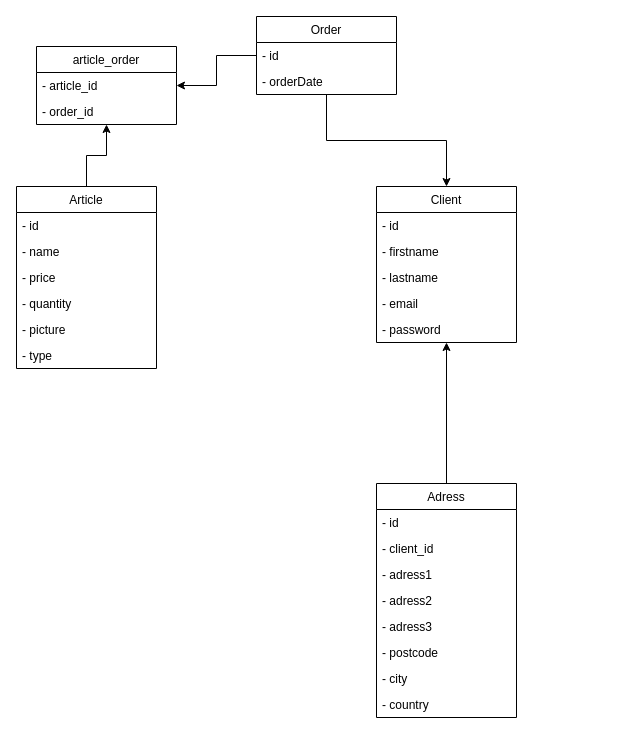
Earlier version of the draw.io diagram readme/diagram/class_diagram.drawio (hugoomdra/j2e_ProjetFinal). Source tidied: cells renumbered, new cells numbered last; positions are measured from the earlier drawing's top-left corner, leaving out a move shared by most shapes. Both pictures are drawn from the tidied source at 100%, with x=0, y=0 at pixel (16, 16).
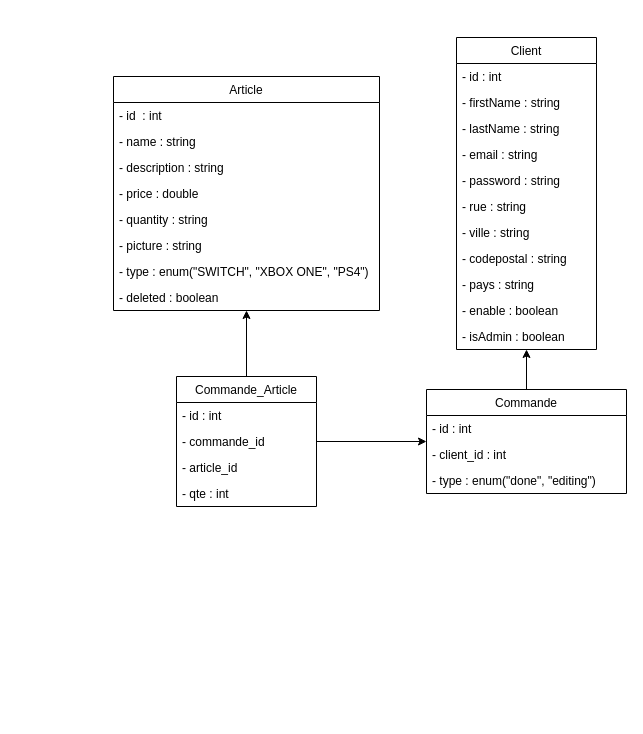
Above is the later version.

The edit, as a diff of the source:
```diff
@@
-    <mxCell id="2" style="edgeStyle=orthogonalEdgeStyle;rounded=0;jettySize=auto;html=1;" parent="1" edge="1" source="3" target="12">
-      <mxGeometry relative="1" as="geometry" />
-    </mxCell>
-    <mxCell id="3" value="Adress" style="swimlane;fontStyle=0;horizontal=1;startSize=26;fillColor=none;" parent="1" vertex="1">
-      <mxGeometry x="360" y="467" width="140" height="234" as="geometry" />
-    </mxCell>
-    <mxCell id="4" value="- id " style="text;strokeColor=none;fillColor=none;align=left;verticalAlign=top;spacingLeft=4;spacingRight=4;overflow=hidden;" parent="3" vertex="1">
-      <mxGeometry y="26" width="140" height="26" as="geometry" />
-    </mxCell>
-    <mxCell id="5" value="- client_id" style="text;strokeColor=none;fillColor=none;align=left;verticalAlign=top;spacingLeft=4;spacingRight=4;overflow=hidden;" parent="3" vertex="1">
-      <mxGeometry y="52" width="140" height="26" as="geometry" />
-    </mxCell>
-    <mxCell id="6" value="- adress1" style="text;strokeColor=none;fillColor=none;align=left;verticalAlign=top;spacingLeft=4;spacingRight=4;overflow=hidden;" parent="3" vertex="1">
-      <mxGeometry y="78" width="140" height="26" as="geometry" />
-    </mxCell>
-    <mxCell id="7" value="- adress2" style="text;strokeColor=none;fillColor=none;align=left;verticalAlign=top;spacingLeft=4;spacingRight=4;overflow=hidden;" parent="3" vertex="1">
-      <mxGeometry y="104" width="140" height="26" as="geometry" />
-    </mxCell>
-    <mxCell id="8" value="- adress3" style="text;strokeColor=none;fillColor=none;align=left;verticalAlign=top;spacingLeft=4;spacingRight=4;overflow=hidden;" parent="3" vertex="1">
-      <mxGeometry y="130" width="140" height="26" as="geometry" />
-    </mxCell>
-    <mxCell id="9" value="- postcode" style="text;strokeColor=none;fillColor=none;align=left;verticalAlign=top;spacingLeft=4;spacingRight=4;overflow=hidden;" parent="3" vertex="1">
-      <mxGeometry y="156" width="140" height="26" as="geometry" />
-    </mxCell>
-    <mxCell id="10" value="- city" style="text;strokeColor=none;fillColor=none;align=left;verticalAlign=top;spacingLeft=4;spacingRight=4;overflow=hidden;" parent="3" vertex="1">
-      <mxGeometry y="182" width="140" height="26" as="geometry" />
-    </mxCell>
-    <mxCell id="11" value="- country" style="text;strokeColor=none;fillColor=none;align=left;verticalAlign=top;spacingLeft=4;spacingRight=4;overflow=hidden;" parent="3" vertex="1">
-      <mxGeometry y="208" width="140" height="26" as="geometry" />
-    </mxCell>
-    <mxCell id="12" value="Client" style="swimlane;fontStyle=0;horizontal=1;startSize=26;fillColor=none;" parent="1" vertex="1">
-      <mxGeometry x="360" y="170" width="140" height="156" as="geometry" />
-    </mxCell>
-    <mxCell id="13" value="- id " style="text;strokeColor=none;fillColor=none;align=left;verticalAlign=top;spacingLeft=4;spacingRight=4;overflow=hidden;" parent="12" vertex="1">
-      <mxGeometry y="26" width="140" height="26" as="geometry" />
-    </mxCell>
-    <mxCell id="14" value="- firstname" style="text;strokeColor=none;fillColor=none;align=left;verticalAlign=top;spacingLeft=4;spacingRight=4;overflow=hidden;" parent="12" vertex="1">
-      <mxGeometry y="52" width="140" height="26" as="geometry" />
-    </mxCell>
-    <mxCell id="15" value="- lastname" style="text;strokeColor=none;fillColor=none;align=left;verticalAlign=top;spacingLeft=4;spacingRight=4;overflow=hidden;" parent="12" vertex="1">
-      <mxGeometry y="78" width="140" height="26" as="geometry" />
-    </mxCell>
-    <mxCell id="16" value="- email" style="text;strokeColor=none;fillColor=none;align=left;verticalAlign=top;spacingLeft=4;spacingRight=4;overflow=hidden;" parent="12" vertex="1">
-      <mxGeometry y="104" width="140" height="26" as="geometry" />
-    </mxCell>
-    <mxCell id="17" value="- password" style="text;strokeColor=none;fillColor=none;align=left;verticalAlign=top;spacingLeft=4;spacingRight=4;overflow=hidden;" parent="12" vertex="1">
-      <mxGeometry y="130" width="140" height="26" as="geometry" />
-    </mxCell>
-    <mxCell id="18" style="edgeStyle=orthogonalEdgeStyle;rounded=0;jettySize=auto;html=1;" parent="1" edge="1" source="19" target="31">
-      <mxGeometry relative="1" as="geometry" />
-    </mxCell>
+    <mxCell id="34" style="edgeStyle=orthogonalEdgeStyle;rounded=0;jettySize=auto;html=1;" parent="1" edge="1" source="31" target="12">
+      <mxGeometry relative="1" as="geometry" />
+    </mxCell>
+    <mxCell id="35" style="edgeStyle=orthogonalEdgeStyle;rounded=0;jettySize=auto;html=1;" parent="1" edge="1" source="39" target="31">
+      <mxGeometry relative="1" as="geometry" />
+    </mxCell>
+    <mxCell id="36" style="edgeStyle=orthogonalEdgeStyle;rounded=0;jettySize=auto;html=1;" parent="1" edge="1" source="39" target="19">
+      <mxGeometry relative="1" as="geometry" />
+    </mxCell>
     <mxCell id="19" value="Article" style="swimlane;fontStyle=0;horizontal=1;startSize=26;fillColor=none;" parent="1" vertex="1">
-      <mxGeometry y="170" width="140" height="182" as="geometry" />
+      <mxGeometry x="97" y="60" width="266" height="234" as="geometry" />
     </mxCell>
-    <mxCell id="20" value="- id " style="text;strokeColor=none;fillColor=none;align=left;verticalAlign=top;spacingLeft=4;spacingRight=4;overflow=hidden;" parent="19" vertex="1">
-      <mxGeometry y="26" width="140" height="26" as="geometry" />
+    <mxCell id="20" value="- id  : int" style="text;strokeColor=none;fillColor=none;align=left;verticalAlign=top;spacingLeft=4;spacingRight=4;overflow=hidden;" parent="19" vertex="1">
+      <mxGeometry y="26" width="266" height="26" as="geometry" />
     </mxCell>
-    <mxCell id="21" value="- name" style="text;strokeColor=none;fillColor=none;align=left;verticalAlign=top;spacingLeft=4;spacingRight=4;overflow=hidden;" parent="19" vertex="1">
-      <mxGeometry y="52" width="140" height="26" as="geometry" />
+    <mxCell id="21" value="- name : string" style="text;strokeColor=none;fillColor=none;align=left;verticalAlign=top;spacingLeft=4;spacingRight=4;overflow=hidden;" parent="19" vertex="1">
+      <mxGeometry y="52" width="266" height="26" as="geometry" />
     </mxCell>
+    <mxCell id="37" value="- description : string" style="text;strokeColor=none;fillColor=none;align=left;verticalAlign=top;spacingLeft=4;spacingRight=4;overflow=hidden;" parent="19" vertex="1">
+      <mxGeometry y="78" width="266" height="26" as="geometry" />
+    </mxCell>
-    <mxCell id="22" value="- price" style="text;strokeColor=none;fillColor=none;align=left;verticalAlign=top;spacingLeft=4;spacingRight=4;overflow=hidden;" parent="19" vertex="1">
-      <mxGeometry y="78" width="140" height="26" as="geometry" />
+    <mxCell id="22" value="- price : double" style="text;strokeColor=none;fillColor=none;align=left;verticalAlign=top;spacingLeft=4;spacingRight=4;overflow=hidden;" parent="19" vertex="1">
+      <mxGeometry y="104" width="266" height="26" as="geometry" />
     </mxCell>
-    <mxCell id="23" value="- quantity" style="text;strokeColor=none;fillColor=none;align=left;verticalAlign=top;spacingLeft=4;spacingRight=4;overflow=hidden;" parent="19" vertex="1">
-      <mxGeometry y="104" width="140" height="26" as="geometry" />
+    <mxCell id="23" value="- quantity : string" style="text;strokeColor=none;fillColor=none;align=left;verticalAlign=top;spacingLeft=4;spacingRight=4;overflow=hidden;" parent="19" vertex="1">
+      <mxGeometry y="130" width="266" height="26" as="geometry" />
     </mxCell>
-    <mxCell id="24" value="- picture" style="text;strokeColor=none;fillColor=none;align=left;verticalAlign=top;spacingLeft=4;spacingRight=4;overflow=hidden;" parent="19" vertex="1">
-      <mxGeometry y="130" width="140" height="26" as="geometry" />
+    <mxCell id="24" value="- picture : string" style="text;strokeColor=none;fillColor=none;align=left;verticalAlign=top;spacingLeft=4;spacingRight=4;overflow=hidden;" parent="19" vertex="1">
+      <mxGeometry y="156" width="266" height="26" as="geometry" />
     </mxCell>
-    <mxCell id="25" value="- type" style="text;strokeColor=none;fillColor=none;align=left;verticalAlign=top;spacingLeft=4;spacingRight=4;overflow=hidden;" parent="19" vertex="1">
-      <mxGeometry y="156" width="140" height="26" as="geometry" />
+    <mxCell id="25" value="- type : enum(&quot;SWITCH&quot;, &quot;XBOX ONE&quot;, &quot;PS4&quot;)" style="text;strokeColor=none;fillColor=none;align=left;verticalAlign=top;spacingLeft=4;spacingRight=4;overflow=hidden;" parent="19" vertex="1">
+      <mxGeometry y="182" width="266" height="26" as="geometry" />
     </mxCell>
-    <mxCell id="26" style="edgeStyle=orthogonalEdgeStyle;rounded=0;jettySize=auto;html=1;" parent="1" edge="1" source="28" target="12">
-      <mxGeometry relative="1" as="geometry" />
-    </mxCell>
-    <mxCell id="27" style="edgeStyle=orthogonalEdgeStyle;rounded=0;jettySize=auto;html=1;" parent="1" edge="1" source="28" target="31">
-      <mxGeometry relative="1" as="geometry" />
-    </mxCell>
-    <mxCell id="28" value="Order" style="swimlane;fontStyle=0;horizontal=1;startSize=26;fillColor=none;" parent="1" vertex="1">
-      <mxGeometry x="240" width="140" height="78" as="geometry" />
-    </mxCell>
-    <mxCell id="29" value="- id " style="text;strokeColor=none;fillColor=none;align=left;verticalAlign=top;spacingLeft=4;spacingRight=4;overflow=hidden;" parent="28" vertex="1">
-      <mxGeometry y="26" width="140" height="26" as="geometry" />
-    </mxCell>
-    <mxCell id="30" value="- orderDate" style="text;strokeColor=none;fillColor=none;align=left;verticalAlign=top;spacingLeft=4;spacingRight=4;overflow=hidden;" parent="28" vertex="1">
-      <mxGeometry y="52" width="140" height="26" as="geometry" />
-    </mxCell>
+    <mxCell id="38" value="- deleted : boolean" style="text;strokeColor=none;fillColor=none;align=left;verticalAlign=top;spacingLeft=4;spacingRight=4;overflow=hidden;" parent="19" vertex="1">
+      <mxGeometry y="208" width="266" height="26" as="geometry" />
+    </mxCell>
+    <mxCell id="39" value="Commande_Article" style="swimlane;fontStyle=0;horizontal=1;startSize=26;fillColor=none;" parent="1" vertex="1">
+      <mxGeometry x="160" y="360" width="140" height="130" as="geometry" />
+    </mxCell>
+    <mxCell id="40" value="- id : int" style="text;strokeColor=none;fillColor=none;align=left;verticalAlign=top;spacingLeft=4;spacingRight=4;overflow=hidden;" parent="39" vertex="1">
+      <mxGeometry y="26" width="140" height="26" as="geometry" />
+    </mxCell>
+    <mxCell id="41" value="- commande_id" style="text;strokeColor=none;fillColor=none;align=left;verticalAlign=top;spacingLeft=4;spacingRight=4;overflow=hidden;" parent="39" vertex="1">
+      <mxGeometry y="52" width="140" height="26" as="geometry" />
+    </mxCell>
+    <mxCell id="42" value="- article_id" style="text;strokeColor=none;fillColor=none;align=left;verticalAlign=top;spacingLeft=4;spacingRight=4;overflow=hidden;" parent="39" vertex="1">
+      <mxGeometry y="78" width="140" height="26" as="geometry" />
+    </mxCell>
+    <mxCell id="43" value="- qte : int" style="text;strokeColor=none;fillColor=none;align=left;verticalAlign=top;spacingLeft=4;spacingRight=4;overflow=hidden;" parent="39" vertex="1">
+      <mxGeometry y="104" width="140" height="26" as="geometry" />
+    </mxCell>
+    <mxCell id="12" value="Client" style="swimlane;fontStyle=0;horizontal=1;startSize=26;fillColor=none;" parent="1" vertex="1">
+      <mxGeometry x="440" y="21" width="140" height="312" as="geometry" />
+    </mxCell>
+    <mxCell id="13" value="- id : int" style="text;strokeColor=none;fillColor=none;align=left;verticalAlign=top;spacingLeft=4;spacingRight=4;overflow=hidden;" parent="12" vertex="1">
+      <mxGeometry y="26" width="140" height="26" as="geometry" />
+    </mxCell>
+    <mxCell id="14" value="- firstName : string" style="text;strokeColor=none;fillColor=none;align=left;verticalAlign=top;spacingLeft=4;spacingRight=4;overflow=hidden;" parent="12" vertex="1">
+      <mxGeometry y="52" width="140" height="26" as="geometry" />
+    </mxCell>
+    <mxCell id="44" value="- lastName : string" style="text;strokeColor=none;fillColor=none;align=left;verticalAlign=top;spacingLeft=4;spacingRight=4;overflow=hidden;" parent="12" vertex="1">
+      <mxGeometry y="78" width="140" height="26" as="geometry" />
+    </mxCell>
+    <mxCell id="45" value="- email : string" style="text;strokeColor=none;fillColor=none;align=left;verticalAlign=top;spacingLeft=4;spacingRight=4;overflow=hidden;" parent="12" vertex="1">
+      <mxGeometry y="104" width="140" height="26" as="geometry" />
+    </mxCell>
+    <mxCell id="46" value="- password : string" style="text;strokeColor=none;fillColor=none;align=left;verticalAlign=top;spacingLeft=4;spacingRight=4;overflow=hidden;" parent="12" vertex="1">
+      <mxGeometry y="130" width="140" height="26" as="geometry" />
+    </mxCell>
+    <mxCell id="47" value="- rue : string" style="text;strokeColor=none;fillColor=none;align=left;verticalAlign=top;spacingLeft=4;spacingRight=4;overflow=hidden;" parent="12" vertex="1">
+      <mxGeometry y="156" width="140" height="26" as="geometry" />
+    </mxCell>
+    <mxCell id="48" value="- ville : string" style="text;strokeColor=none;fillColor=none;align=left;verticalAlign=top;spacingLeft=4;spacingRight=4;overflow=hidden;" parent="12" vertex="1">
+      <mxGeometry y="182" width="140" height="26" as="geometry" />
+    </mxCell>
+    <mxCell id="49" value="- codepostal : string" style="text;strokeColor=none;fillColor=none;align=left;verticalAlign=top;spacingLeft=4;spacingRight=4;overflow=hidden;" parent="12" vertex="1">
+      <mxGeometry y="208" width="140" height="26" as="geometry" />
+    </mxCell>
+    <mxCell id="50" value="- pays : string" style="text;strokeColor=none;fillColor=none;align=left;verticalAlign=top;spacingLeft=4;spacingRight=4;overflow=hidden;" parent="12" vertex="1">
+      <mxGeometry y="234" width="140" height="26" as="geometry" />
+    </mxCell>
+    <mxCell id="51" value="- enable : boolean" style="text;strokeColor=none;fillColor=none;align=left;verticalAlign=top;spacingLeft=4;spacingRight=4;overflow=hidden;" parent="12" vertex="1">
+      <mxGeometry y="260" width="140" height="26" as="geometry" />
+    </mxCell>
+    <mxCell id="52" value="- isAdmin : boolean" style="text;strokeColor=none;fillColor=none;align=left;verticalAlign=top;spacingLeft=4;spacingRight=4;overflow=hidden;" parent="12" vertex="1">
+      <mxGeometry y="286" width="140" height="26" as="geometry" />
+    </mxCell>
-    <mxCell id="31" value="article_order" style="swimlane;fontStyle=0;horizontal=1;startSize=26;fillColor=none;" parent="1" vertex="1">
-      <mxGeometry x="20" y="30" width="140" height="78" as="geometry" />
+    <mxCell id="31" value="Commande" style="swimlane;fontStyle=0;horizontal=1;startSize=26;fillColor=none;" parent="1" vertex="1">
+      <mxGeometry x="410" y="373" width="200" height="104" as="geometry" />
     </mxCell>
-    <mxCell id="32" value="- article_id" style="text;strokeColor=none;fillColor=none;align=left;verticalAlign=top;spacingLeft=4;spacingRight=4;overflow=hidden;" parent="31" vertex="1">
-      <mxGeometry y="26" width="140" height="26" as="geometry" />
+    <mxCell id="32" value="- id : int" style="text;strokeColor=none;fillColor=none;align=left;verticalAlign=top;spacingLeft=4;spacingRight=4;overflow=hidden;" parent="31" vertex="1">
+      <mxGeometry y="26" width="200" height="26" as="geometry" />
     </mxCell>
-    <mxCell id="33" value="- order_id" style="text;strokeColor=none;fillColor=none;align=left;verticalAlign=top;spacingLeft=4;spacingRight=4;overflow=hidden;" parent="31" vertex="1">
-      <mxGeometry y="52" width="140" height="26" as="geometry" />
-    </mxCell>
+    <mxCell id="53" value="- client_id : int" style="text;strokeColor=none;fillColor=none;align=left;verticalAlign=top;spacingLeft=4;spacingRight=4;overflow=hidden;" parent="31" vertex="1">
+      <mxGeometry y="52" width="200" height="26" as="geometry" />
+    </mxCell>
+    <mxCell id="54" value="- type : enum(&quot;done&quot;, &quot;editing&quot;)" style="text;strokeColor=none;fillColor=none;align=left;verticalAlign=top;spacingLeft=4;spacingRight=4;overflow=hidden;" parent="31" vertex="1">
+      <mxGeometry y="78" width="200" height="26" as="geometry" />
+    </mxCell>
```
